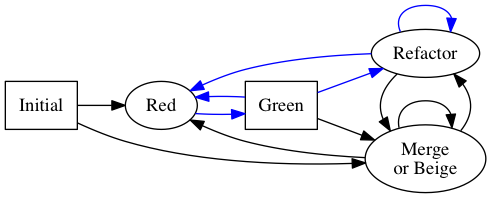
matatk/tdd-bdd-commit keeps this Graphviz diagram as graph/commit-states.png. Above is the earlier version. Its source is kept beside it as graph/commit-states.dot.
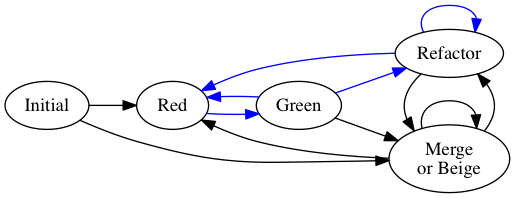
The same diagram one commit later.

Commit message:
BEIGE Simplify state diagram

The edit, as a diff of the source:
```diff
@@ -1,14 +1,14 @@
 digraph commit_states {
 	rankdir="LR";
 
+	initial [label="Initial"];
 	red [label="Red"];
 	{
 		rank=same;
 		mb [label="Merge\nor Beige"];
 		refactor [label="Refactor"];
 	}
-	node [shape=box];
-	initial [label="Initial"];
+
 	green [label="Green"];
 
 	initial -> red;
```
